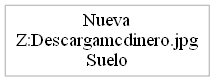
This is objetos.png from ErickTejaxun/Practica1s22015_201213050, a Graphviz export, as it was before one commit. Its source is kept beside it as objetos.dot. The source it was exported from:
```dot
digraph ColaAtencion {node [dir=both,shape=polygon, fontcolor="Black", height=0.5, color="Grey"]edge [color="blue", color="blue:red"]rankdir=BT
"Nueva
Z:\Descarga\mcdinero.jpg
Suelo"
}
```
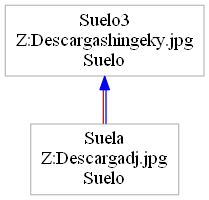
After the commit.

The edit, as a diff of the source:
```diff
@@ -1,5 +1,7 @@
 digraph ColaAtencion {node [dir=both,shape=polygon, fontcolor="Black", height=0.5, color="Grey"]edge [color="blue", color="blue:red"]rankdir=BT
-"Nueva
-Z:\Descarga\mcdinero.jpg
+"Suela
+Z:\Descarga\dj.jpg
+Suelo"-> "Suelo3
+Z:\Descarga\shingeky.jpg
 Suelo"
 }
```
